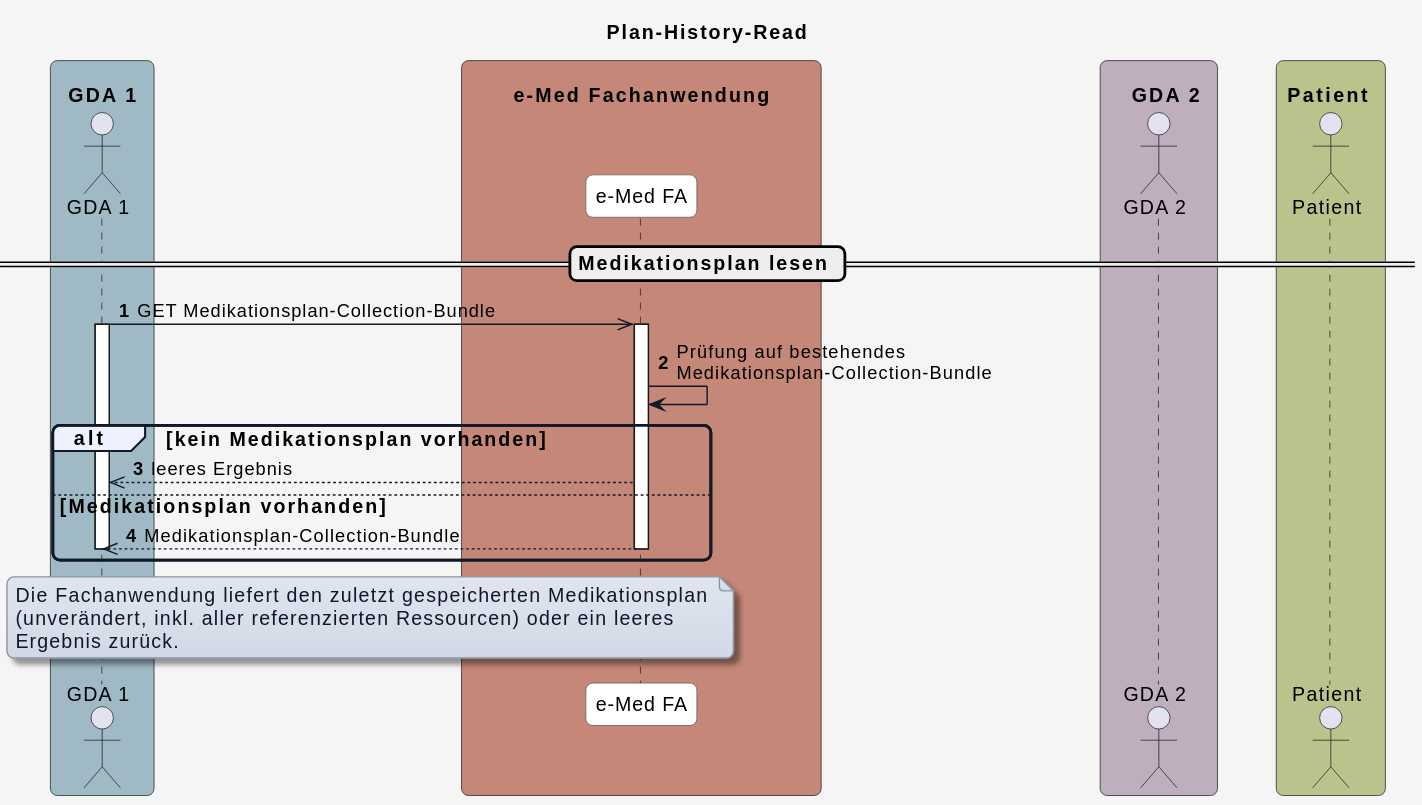
Before: input/images/plantuml/diagram_plan-history-read.svg, a diagram exported from PlantUML (HL7Austria/ELGA-e-Medikation-R4).
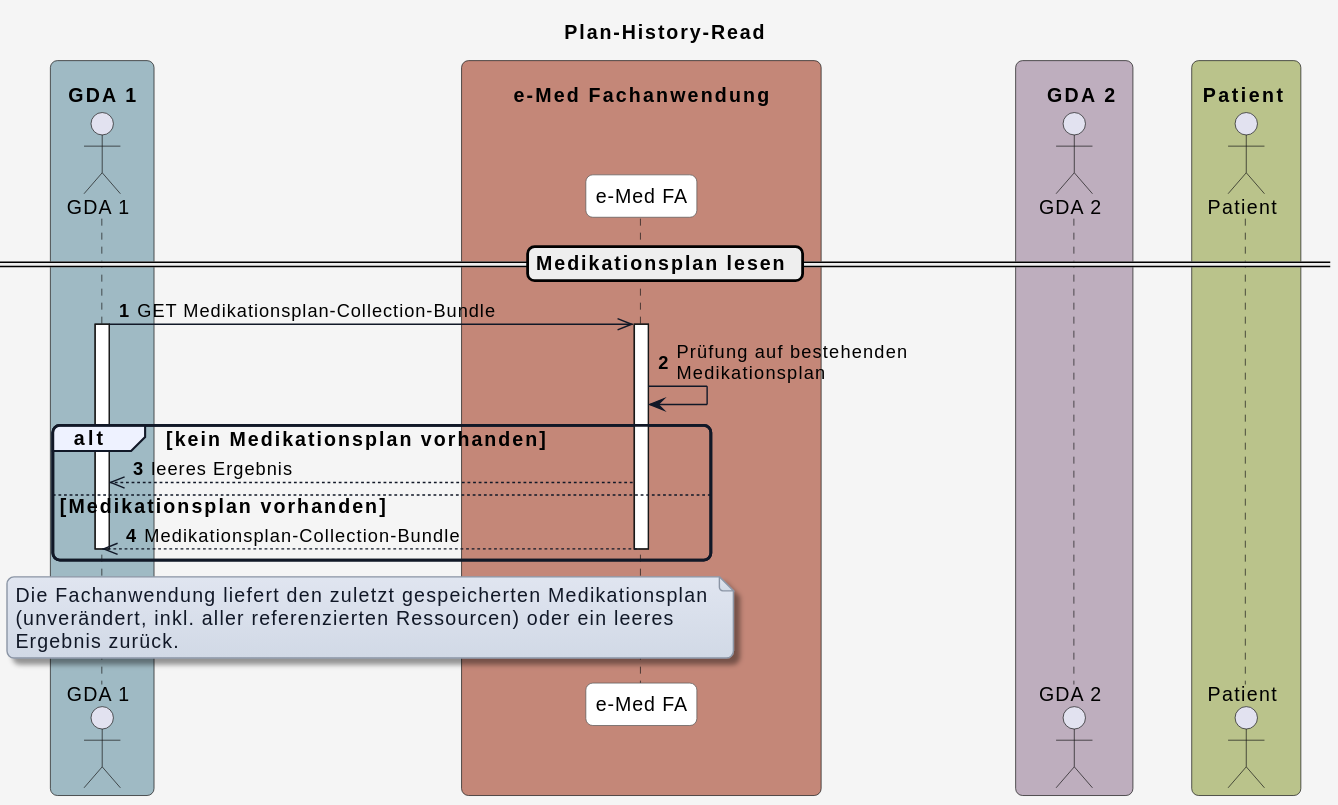
The same file after the commit.

What changed in the source:
```diff
@@ -64,7 +64,7 @@
 activate GDA_1
 
 activate eMed_FA
-eMed_FA -> eMed_FA: Prüfung auf bestehendes\nMedikationsplan-Collection-Bundle
+eMed_FA -> eMed_FA: Prüfung auf bestehenden\nMedikationsplan
 
 alt kein Medikationsplan vorhanden
   eMed_FA -->> GDA_1: leeres Ergebnis
```
